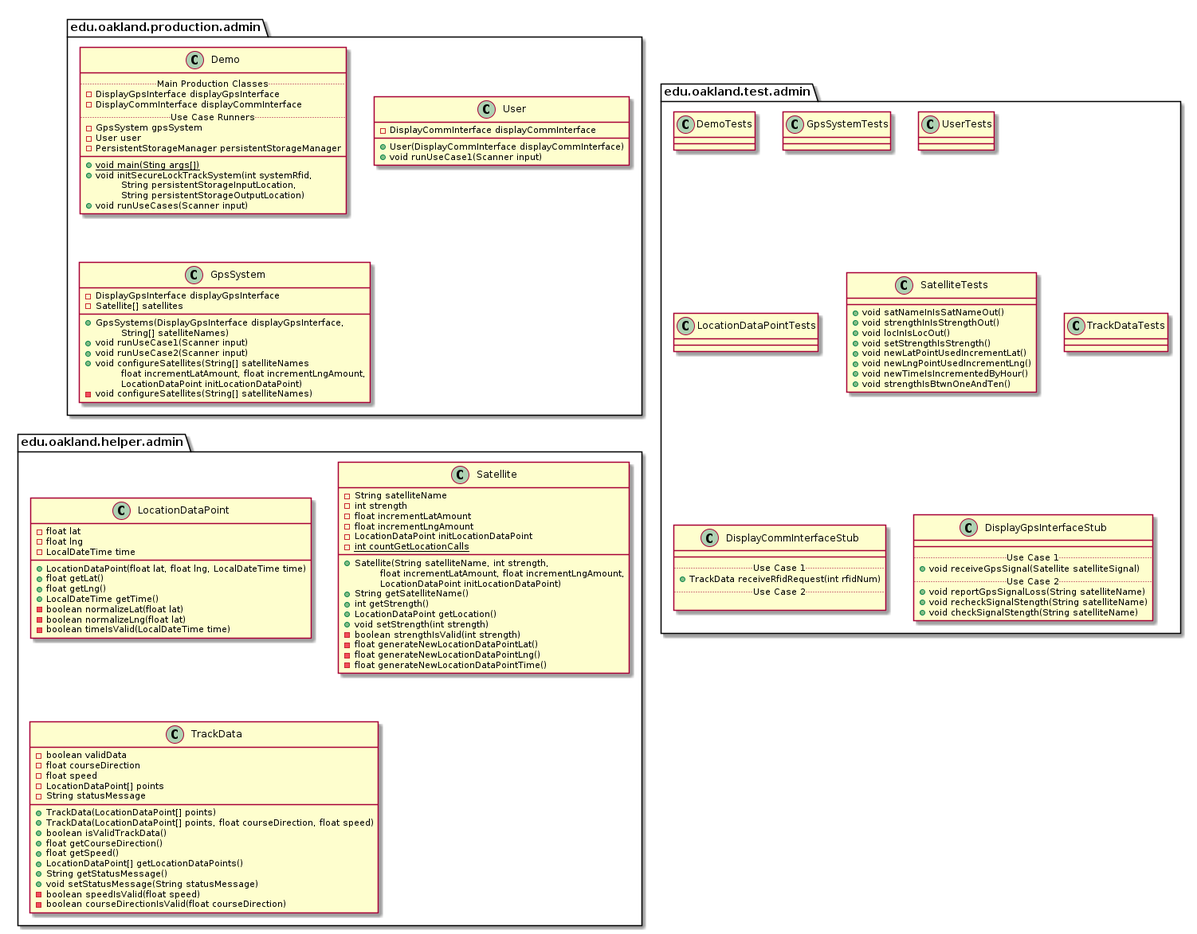
andrewdimmer/csi-3370-software-project keeps this PlantUML diagram as docs/uml-class-diagrams/admin/AdminPackages.png. Above is the earlier version.
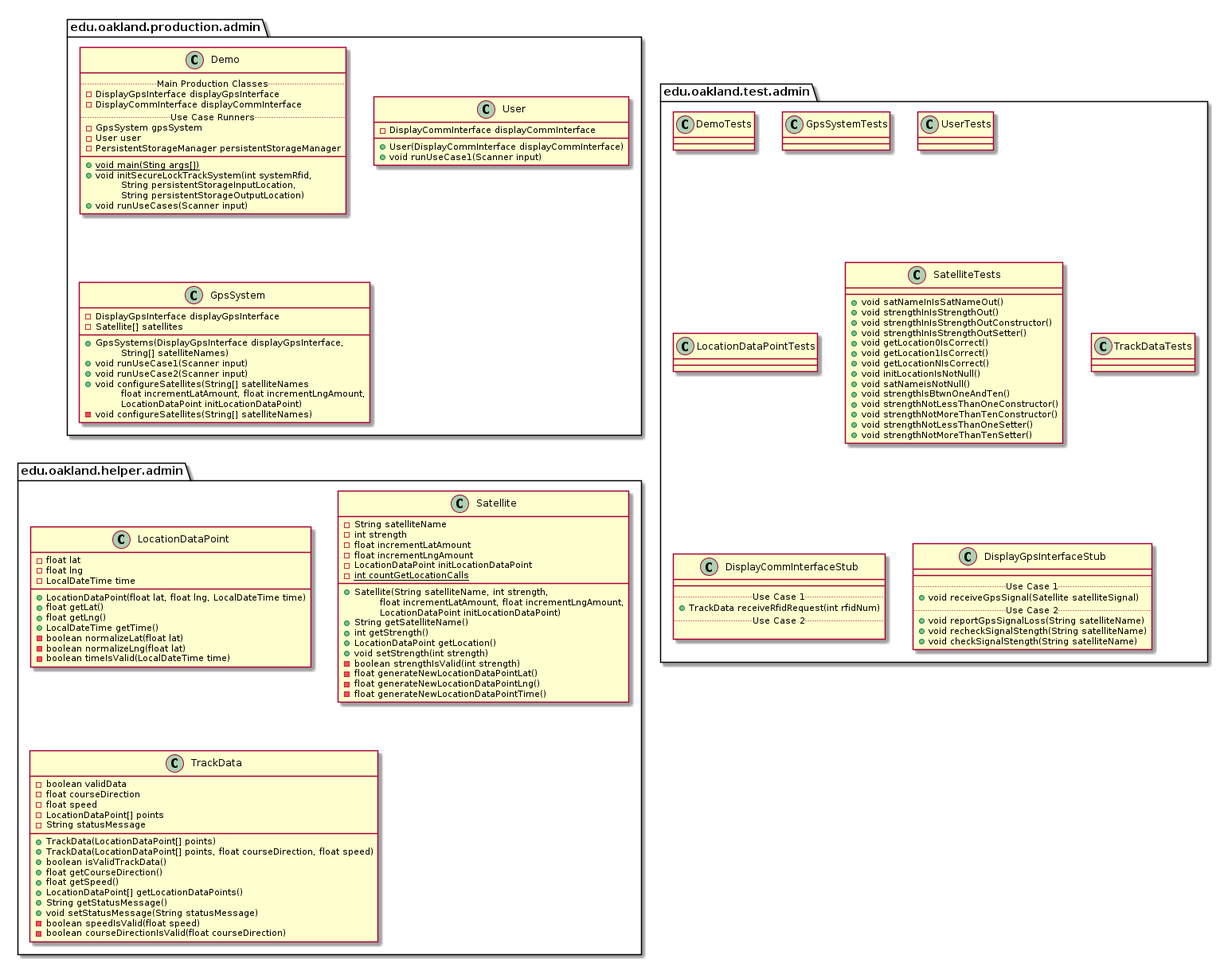
The same file after the commit.

What changed in the source:
```diff
@@ -89,12 +89,18 @@
     class SatelliteTests {
        + void satNameInIsSatNameOut()
        + void strengthInIsStrengthOut()
-       + void locInIsLocOut()
-       + void setStrengthIsStrength()
-       + void newLatPointUsedIncrementLat()
-       + void newLngPointUsedIncrementLng()
-       + void newTimeIsIncrementedByHour()
+       + void strengthInIsStrengthOutConstructor()
+       + void strengthInIsStrengthOutSetter()
+       + void getLocation0IsCorrect()
+       + void getLocation1IsCorrect()
+       + void getLocationNIsCorrect()
+       + void initLocationIsNotNull()
+       + void satNameisNotNull()
        + void strengthIsBtwnOneAndTen()
+       + void strengthNotLessThanOneConstructor()
+       + void strengthNotMoreThanTenConstructor()
+       + void strengthNotLessThanOneSetter()
+       + void strengthNotMoreThanTenSetter()
     }
 }
 
```
